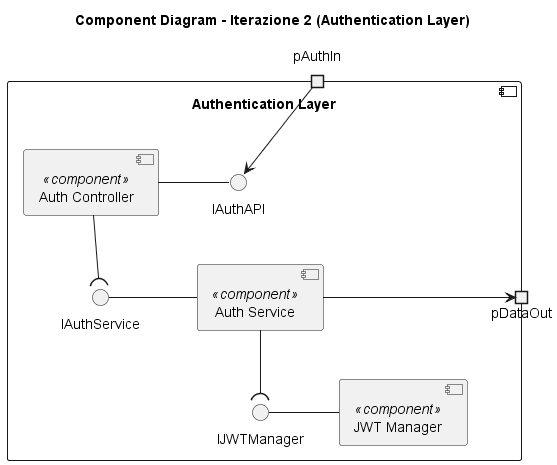
This is iterazioni/iterazione2/images2/component_auth_diagram2.png from RaphacePrime/AgenticUniBG, a PlantUML export, as it was before one commit. The source it was exported from:
```plantuml
@startuml
skinparam componentStyle uml2
top to bottom direction
skinparam nodesep 70
skinparam ranksep 50

title Component Diagram - Iterazione 2 (Authentication Layer)

component "Authentication Layer" {

    portin  pAuthIn
    portout pDataOut

    component [Auth Controller] <<component>> as AuthCtrl
    component [Auth Service]    <<component>> as AuthSvc
    component [JWT Manager]     <<component>> as JWT

    interface "IAuthAPI"     as IAuthAPI
    interface "IAuthService" as IAuthSvc
    interface "IJWTManager"  as IJWT

    pAuthIn --> IAuthAPI
    IAuthAPI  -  AuthCtrl

    AuthCtrl --( IAuthSvc
    IAuthSvc  -  AuthSvc

    AuthSvc --( IJWT
    IJWT     -  JWT

    AuthSvc --> pDataOut
}

@enduml
```
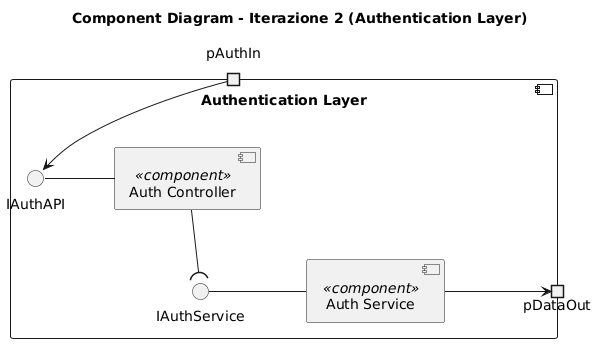
After the change.

Diff of the diagram source:
```diff
@@ -13,11 +13,9 @@
 
     component [Auth Controller] <<component>> as AuthCtrl
     component [Auth Service]    <<component>> as AuthSvc
-    component [JWT Manager]     <<component>> as JWT
 
     interface "IAuthAPI"     as IAuthAPI
     interface "IAuthService" as IAuthSvc
-    interface "IJWTManager"  as IJWT
 
     pAuthIn --> IAuthAPI
     IAuthAPI  -  AuthCtrl
@@ -25,10 +23,6 @@
     AuthCtrl --( IAuthSvc
     IAuthSvc  -  AuthSvc
 
-    AuthSvc --( IJWT
-    IJWT     -  JWT
-
     AuthSvc --> pDataOut
 }
-
 @enduml
```
